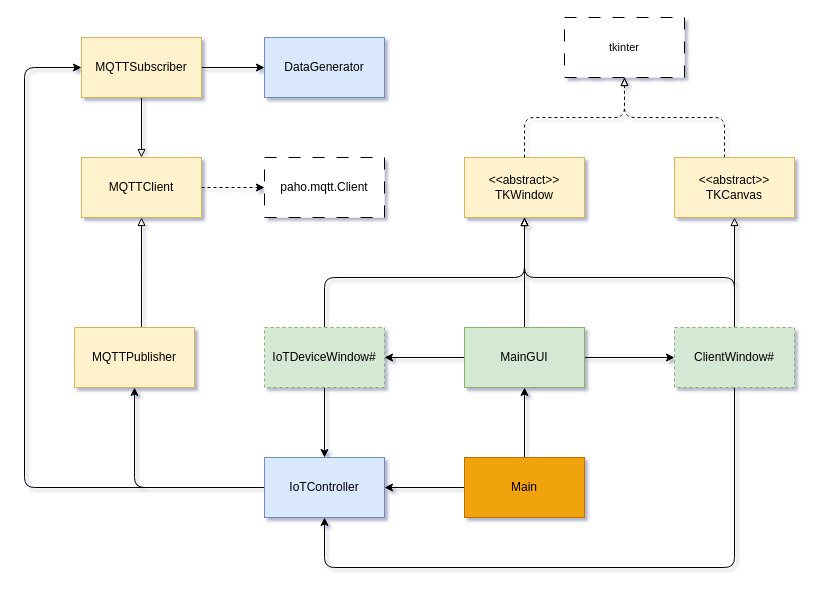
Above: page "Class_overview" (2 of 7) of diagrams/COMP216 diagrams.drawio in galloppinggryphon/comp216_mqtt (draw.io), before the change. Source tidied: cells renumbered, new cells numbered last; positions are measured from the earlier drawing's top-left corner, leaving out a move shared by most shapes. Both pictures are drawn from the tidied source at 100%, with x=0, y=0 at pixel (24, 17).
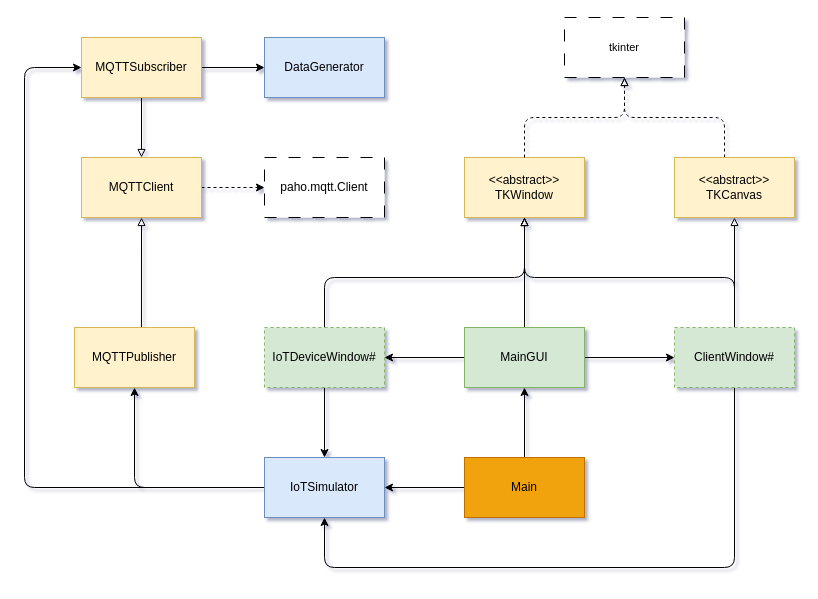
The same page after the edit.

Change to the diagram source:
```diff
@@
-    <mxCell id="30" value="IoTController" style="rounded=0;whiteSpace=wrap;html=1;fillColor=#dae8fc;strokeColor=#6c8ebf;" parent="1" vertex="1">
+    <mxCell id="30" value="IoTSimulator" style="rounded=0;whiteSpace=wrap;html=1;fillColor=#dae8fc;strokeColor=#6c8ebf;" parent="1" vertex="1">
       <mxGeometry x="240" y="440" width="120" height="60" as="geometry" />
     </mxCell>
```
